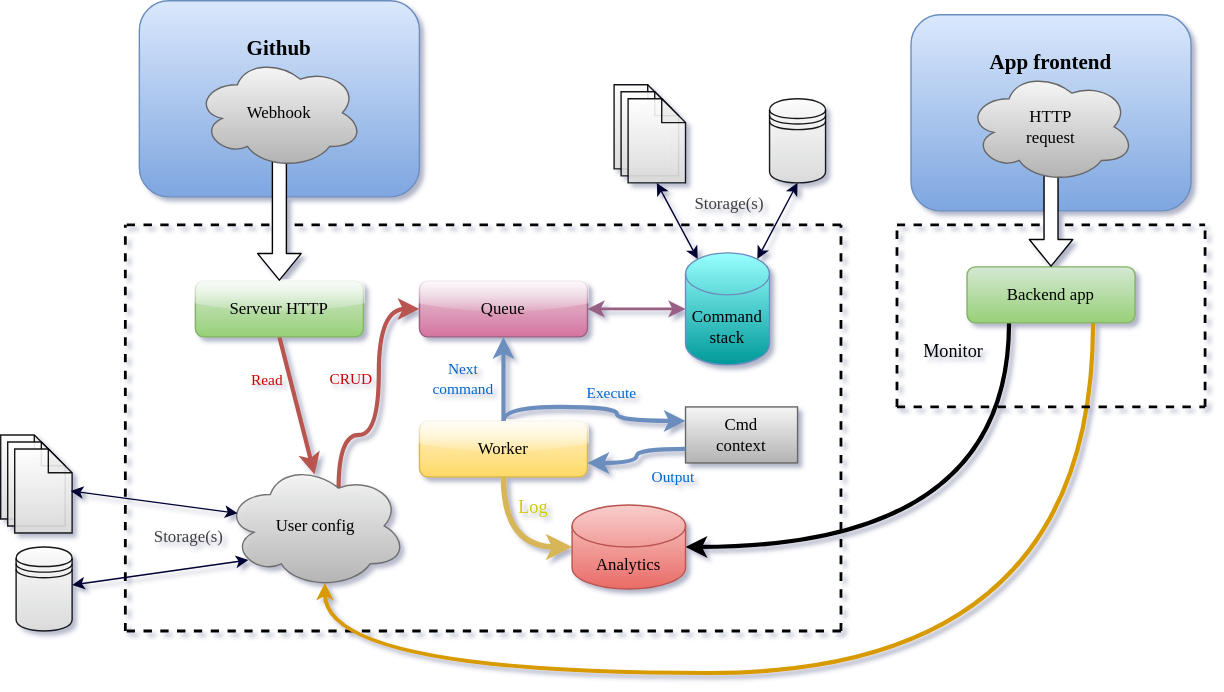
The draw.io diagram docs/Architecture.svg in Orbitale/pagoo, before a commit. Source tidied: cells renumbered, new cells last; positions are measured from the earlier drawing's top-left corner, leaving out a move shared by most shapes.
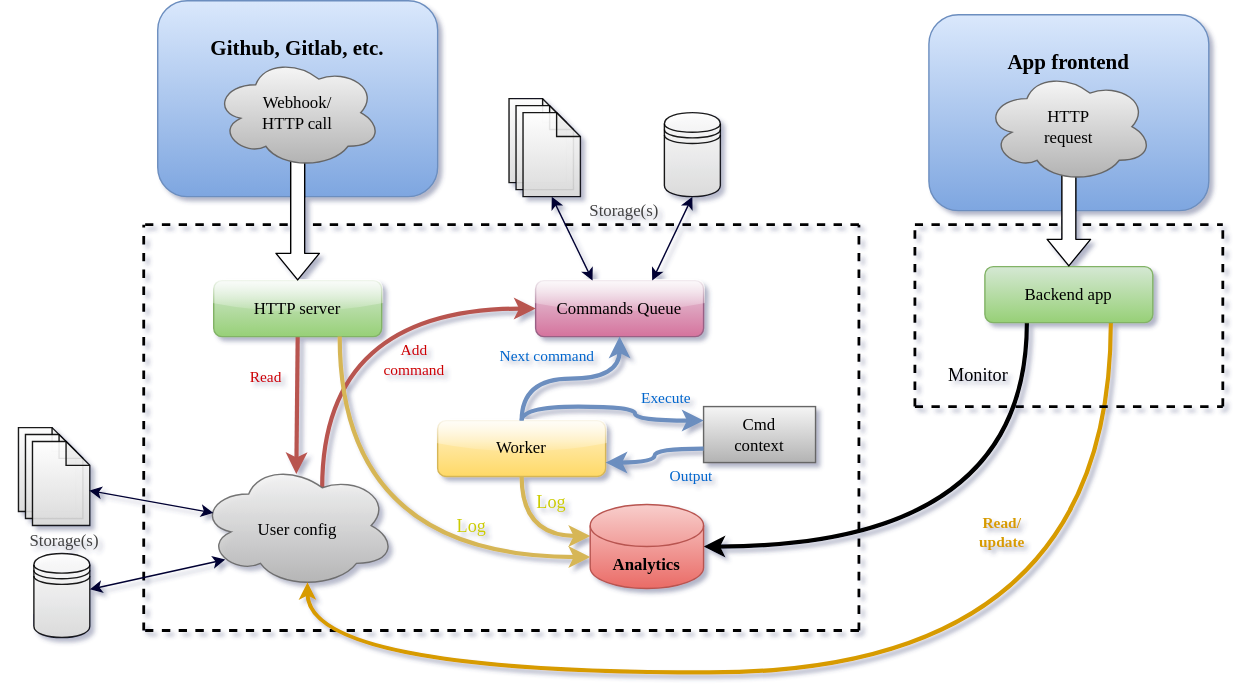
Above is the later version.

Commit message:
Enhance docs & app architecture diagram

What changed in the source:
```diff
@@ -2,7 +2,7 @@
   <root>
     <mxCell id="0" />
     <mxCell id="1" parent="0" />
-    <mxCell id="2" value="&lt;br style=&quot;font-size: 15px;&quot;&gt;Github" style="rounded=1;whiteSpace=wrap;html=1;fillColor=#dae8fc;strokeColor=#6c8ebf;verticalAlign=top;gradientColor=#7ea6e0;fontStyle=1;fontFamily=Lucida Console;fontSize=15;" parent="1" vertex="1">
+    <mxCell id="2" value="&lt;br style=&quot;font-size: 15px;&quot;&gt;Github, Gitlab, etc." style="rounded=1;whiteSpace=wrap;html=1;fillColor=#dae8fc;strokeColor=#6c8ebf;verticalAlign=top;gradientColor=#7ea6e0;fontStyle=1;fontFamily=Lucida Console;fontSize=15;" parent="1" vertex="1">
       <mxGeometry x="99" width="200" height="140" as="geometry" />
     </mxCell>
     <mxCell id="3" style="rounded=1;jettySize=auto;html=1;exitX=0.5;exitY=1;exitDx=0;exitDy=0;strokeWidth=3;fillColor=#f8cecc;strokeColor=#b85450;fontFamily=Lucida Console;entryX=0.493;entryY=0.091;entryDx=0;entryDy=0;entryPerimeter=0;curved=1;" parent="1" edge="1" source="5" target="23">
@@ -13,11 +13,11 @@
         <mxPoint x="-13" y="-22" as="offset" />
       </mxGeometry>
     </mxCell>
-    <mxCell id="5" value="Serveur HTTP" style="rounded=1;whiteSpace=wrap;html=1;fillColor=#d5e8d4;gradientColor=#97d077;strokeColor=#82b366;fontFamily=Lucida Console;glass=1;" parent="1" vertex="1">
+    <mxCell id="5" value="HTTP server" style="rounded=1;whiteSpace=wrap;html=1;fillColor=#d5e8d4;gradientColor=#97d077;strokeColor=#82b366;fontFamily=Lucida Console;glass=1;" parent="1" vertex="1">
       <mxGeometry x="139" y="200" width="120" height="40" as="geometry" />
     </mxCell>
-    <mxCell id="6" value="Queue" style="rounded=1;whiteSpace=wrap;html=1;fillColor=#e6d0de;gradientColor=#d5739d;strokeColor=#996185;fontFamily=Lucida Console;glass=1;" parent="1" vertex="1">
-      <mxGeometry x="299" y="200" width="120" height="40" as="geometry" />
+    <mxCell id="6" value="Commands Queue" style="rounded=1;whiteSpace=wrap;html=1;fillColor=#e6d0de;gradientColor=#d5739d;strokeColor=#996185;fontFamily=Lucida Console;glass=1;" parent="1" vertex="1">
+      <mxGeometry x="369" y="200" width="120" height="40" as="geometry" />
     </mxCell>
     <mxCell id="7" style="endArrow=none;dashed=1;html=1;strokeWidth=2;rounded=1;fontFamily=Lucida Console;curved=1;" parent="1" edge="1">
       <mxGeometry relative="1" as="geometry">
@@ -25,13 +25,7 @@
         <mxPoint x="600" y="160" as="targetPoint" />
       </mxGeometry>
     </mxCell>
-    <mxCell id="8" value="Command&lt;br&gt;stack" style="shape=cylinder3;whiteSpace=wrap;html=1;boundedLbl=1;backgroundOutline=1;size=15;fillColor=#99FFFF;gradientColor=#009999;strokeColor=#6c8ebf;fontFamily=Lucida Console;rounded=1;" parent="1" vertex="1">
-      <mxGeometry x="489" y="180" width="60" height="80" as="geometry" />
-    </mxCell>
-    <mxCell id="9" style="endArrow=classic;startArrow=classic;html=1;rounded=1;entryX=0;entryY=0.5;entryDx=0;entryDy=0;entryPerimeter=0;exitX=1;exitY=0.5;exitDx=0;exitDy=0;strokeWidth=2;fontFamily=Lucida Console;fillColor=#e6d0de;gradientColor=#d5739d;strokeColor=#996185;curved=1;" parent="1" edge="1" source="6" target="8">
-      <mxGeometry relative="1" as="geometry" />
-    </mxCell>
-    <mxCell id="10" style="edgeStyle=orthogonalEdgeStyle;rounded=1;jettySize=auto;html=1;exitX=0.5;exitY=1;exitDx=0;exitDy=0;entryX=0;entryY=0.5;entryDx=0;entryDy=0;entryPerimeter=0;fontFamily=Lucida Console;fontSize=15;fontColor=#00060D;strokeWidth=4;fillColor=#fff2cc;gradientColor=#ffd966;strokeColor=#d6b656;curved=1;" parent="1" edge="1" source="12" target="33">
+    <mxCell id="10" style="edgeStyle=orthogonalEdgeStyle;rounded=1;jettySize=auto;html=1;exitX=0.5;exitY=1;exitDx=0;exitDy=0;entryX=0;entryY=0;entryDx=0;entryDy=22.5;entryPerimeter=0;fontFamily=Lucida Console;fontSize=15;fontColor=#00060D;strokeWidth=3;fillColor=#fff2cc;gradientColor=#ffd966;strokeColor=#d6b656;curved=1;" parent="1" edge="1" source="12" target="33">
       <mxGeometry relative="1" as="geometry" />
     </mxCell>
     <mxCell id="11" value="Log" style="edgeLabel;html=1;align=center;verticalAlign=middle;fontSize=13;fontFamily=Lucida Console;fontColor=#CCCC00;labelBackgroundColor=none;rounded=1;" parent="10" vertex="1">
@@ -45,9 +39,9 @@
     <mxCell id="13" style="endArrow=classic;html=1;rounded=1;exitX=0.5;exitY=0;exitDx=0;exitDy=0;entryX=0.5;entryY=1;entryDx=0;entryDy=0;strokeWidth=3;fillColor=#dae8fc;strokeColor=#6c8ebf;edgeStyle=orthogonalEdgeStyle;fontFamily=Lucida Console;curved=1;" parent="1" edge="1" source="12" target="6">
       <mxGeometry relative="1" as="geometry" />
     </mxCell>
-    <mxCell id="14" value="Next&lt;br&gt;command" style="edgeLabel;html=1;align=center;verticalAlign=middle;fontColor=#0066CC;labelBackgroundColor=none;fontFamily=Lucida Console;rounded=1;" parent="13" vertex="1">
+    <mxCell id="14" value="Next command" style="edgeLabel;html=1;align=center;verticalAlign=middle;fontColor=#0066CC;labelBackgroundColor=none;fontFamily=Lucida Console;rounded=1;" parent="13" vertex="1">
       <mxGeometry x="-0.36" y="3" relative="1" as="geometry">
-        <mxPoint x="-26" y="-11" as="offset" />
+        <mxPoint x="6" y="-13" as="offset" />
       </mxGeometry>
     </mxCell>
     <mxCell id="15" value="Cmd&lt;br&gt;context" style="rounded=0;whiteSpace=wrap;html=1;fillColor=#f5f5f5;gradientColor=#b3b3b3;strokeColor=#666666;fontFamily=Lucida Console;glass=0;" parent="1" vertex="1">
@@ -72,7 +66,7 @@
     </mxCell>
     <mxCell id="19" value="Execute" style="edgeLabel;html=1;align=center;verticalAlign=middle;fontColor=#0066CC;labelBackgroundColor=none;fontFamily=Lucida Console;rounded=1;" parent="18" vertex="1">
       <mxGeometry x="-0.5" y="-1" relative="1" as="geometry">
-        <mxPoint x="49" y="-11" as="offset" />
+        <mxPoint x="75" y="-7" as="offset" />
       </mxGeometry>
     </mxCell>
     <mxCell id="20" style="shape=flexArrow;endArrow=classic;html=1;rounded=1;entryX=0.5;entryY=0;entryDx=0;entryDy=0;fillColor=default;fontFamily=Lucida Console;curved=1;" parent="1" edge="1" target="5">
@@ -83,19 +77,17 @@
     <mxCell id="21" style="edgeStyle=orthogonalEdgeStyle;rounded=1;jettySize=auto;html=1;exitX=0.625;exitY=0.2;exitDx=0;exitDy=0;exitPerimeter=0;entryX=0;entryY=0.5;entryDx=0;entryDy=0;strokeWidth=3;fillColor=#f8cecc;strokeColor=#b85450;fontFamily=Lucida Console;curved=1;" parent="1" edge="1" source="23" target="6">
       <mxGeometry relative="1" as="geometry">
         <Array as="points">
-          <mxPoint x="241" y="310" />
-          <mxPoint x="270" y="310" />
-          <mxPoint x="270" y="220" />
+          <mxPoint x="216" y="220" />
         </Array>
       </mxGeometry>
     </mxCell>
-    <mxCell id="22" value="CRUD" style="edgeLabel;html=1;align=center;verticalAlign=middle;fontColor=#CC0000;labelBackgroundColor=none;fontFamily=Lucida Console;rounded=1;" parent="21" vertex="1">
+    <mxCell id="22" value="Add&lt;br&gt;command" style="edgeLabel;html=1;align=center;verticalAlign=middle;fontColor=#CC0000;labelBackgroundColor=none;fontFamily=Lucida Console;rounded=1;" parent="21" vertex="1">
       <mxGeometry x="0.18" y="-1" relative="1" as="geometry">
-        <mxPoint x="-21" y="3" as="offset" />
+        <mxPoint x="27" y="36" as="offset" />
       </mxGeometry>
     </mxCell>
-    <mxCell id="23" value="User config" style="ellipse;shape=cloud;whiteSpace=wrap;html=1;fillColor=#f5f5f5;opacity=90;strokeColor=#666666;gradientColor=#b3b3b3;fontFamily=Lucida Console;rounded=1;" parent="1" vertex="1">
-      <mxGeometry x="160" y="330" width="130" height="90" as="geometry" />
+    <mxCell id="23" value="User config" style="ellipse;shape=cloud;whiteSpace=wrap;html=1;fillColor=#f5f5f5;opacity=90;strokeColor=#666666;gradientColor=#b3b3b3;fontFamily=Lucida Console;rounded=1;spacing=2;spacingTop=6;" parent="1" vertex="1">
+      <mxGeometry x="129" y="330" width="140" height="90" as="geometry" />
     </mxCell>
     <mxCell id="24" style="endArrow=none;dashed=1;html=1;strokeWidth=2;rounded=1;fontFamily=Lucida Console;curved=1;" parent="1" edge="1">
       <mxGeometry relative="1" as="geometry">
@@ -103,7 +95,7 @@
         <mxPoint x="600" y="450" as="targetPoint" />
       </mxGeometry>
     </mxCell>
-    <mxCell id="25" value="Webhook" style="ellipse;shape=cloud;whiteSpace=wrap;html=1;fillColor=#f5f5f5;gradientColor=#b3b3b3;strokeColor=#666666;fontFamily=Lucida Console;rounded=1;" parent="1" vertex="1">
+    <mxCell id="25" value="Webhook/&lt;br&gt;HTTP call" style="ellipse;shape=cloud;whiteSpace=wrap;html=1;fillColor=#f5f5f5;gradientColor=#b3b3b3;strokeColor=#666666;fontFamily=Lucida Console;rounded=1;" parent="1" vertex="1">
       <mxGeometry x="139" y="40" width="120" height="80" as="geometry" />
     </mxCell>
     <mxCell id="26" style="endArrow=none;dashed=1;html=1;strokeWidth=2;rounded=1;fontFamily=Lucida Console;curved=1;" parent="1" edge="1">
@@ -124,14 +116,14 @@
     </mxCell>
     <mxCell id="29" value="Monitor" style="edgeLabel;html=1;align=center;verticalAlign=middle;fontSize=13;fontFamily=Lucida Console;fontColor=#000000;labelBackgroundColor=none;rounded=1;" parent="28" vertex="1">
       <mxGeometry x="0.31" y="-28" relative="1" as="geometry">
-        <mxPoint x="55" y="-112" as="offset" />
+        <mxPoint x="60" y="-95" as="offset" />
       </mxGeometry>
     </mxCell>
     <mxCell id="30" style="edgeStyle=orthogonalEdgeStyle;rounded=1;jettySize=auto;html=1;exitX=0.75;exitY=1;exitDx=0;exitDy=0;fontFamily=Lucida Console;fontSize=13;fontColor=#000000;strokeWidth=3;fillColor=#ffcd28;gradientColor=#ffa500;strokeColor=#d79b00;endSize=3;entryX=0.55;entryY=0.95;entryDx=0;entryDy=0;entryPerimeter=0;curved=1;" parent="1" edge="1" source="32" target="23">
       <mxGeometry relative="1" as="geometry">
         <Array as="points">
           <mxPoint x="780" y="480" />
-          <mxPoint x="232" y="480" />
+          <mxPoint x="206" y="480" />
         </Array>
       </mxGeometry>
     </mxCell>
@@ -140,10 +132,15 @@
         <mxPoint x="226" y="-275" as="offset" />
       </mxGeometry>
     </mxCell>
+    <mxCell id="55" value="Read/&lt;br&gt;update" style="edgeLabel;html=1;align=center;verticalAlign=middle;fontFamily=Lucida Console;fontStyle=1;labelBackgroundColor=none;fontColor=#D79B00;" parent="30" vertex="1">
+      <mxGeometry x="-0.17" y="-35" relative="1" as="geometry">
+        <mxPoint x="39" y="-65" as="offset" />
+      </mxGeometry>
+    </mxCell>
     <mxCell id="32" value="Backend app" style="rounded=1;whiteSpace=wrap;html=1;fillColor=#d5e8d4;gradientColor=#97d077;strokeColor=#82b366;fontFamily=Lucida Console;" parent="1" vertex="1">
       <mxGeometry x="690" y="190" width="120" height="40" as="geometry" />
     </mxCell>
-    <mxCell id="33" value="Analytics" style="shape=cylinder3;whiteSpace=wrap;html=1;boundedLbl=1;backgroundOutline=1;size=15;fillColor=#f8cecc;gradientColor=#ea6b66;strokeColor=#b85450;fontFamily=Lucida Console;rounded=1;" parent="1" vertex="1">
+    <mxCell id="33" value="Analytics" style="shape=cylinder3;whiteSpace=wrap;html=1;boundedLbl=1;backgroundOutline=1;size=15;fillColor=#f8cecc;gradientColor=#ea6b66;strokeColor=#b85450;fontFamily=Lucida Console;rounded=1;fontStyle=1;" parent="1" vertex="1">
       <mxGeometry x="408" y="360" width="81" height="60" as="geometry" />
     </mxCell>
     <mxCell id="34" style="endArrow=none;dashed=1;html=1;strokeWidth=2;rounded=1;fontFamily=Lucida Console;curved=1;" parent="1" edge="1">
@@ -186,16 +183,16 @@
       <mxGeometry x="690" y="50" width="120" height="80" as="geometry" />
     </mxCell>
     <mxCell id="41" style="shape=note;whiteSpace=wrap;html=1;backgroundOutline=1;darkOpacity=0.05;labelBackgroundColor=none;fontFamily=Lucida Console;fontSize=12;fontColor=#404040;fillColor=#FFFFFF;gradientColor=#DBDBDB;opacity=90;size=17;rounded=1;" parent="1" vertex="1">
-      <mxGeometry y="310" width="41" height="60" as="geometry" />
+      <mxGeometry x="-0.5" y="305" width="41" height="60" as="geometry" />
     </mxCell>
     <mxCell id="42" style="shape=note;whiteSpace=wrap;html=1;backgroundOutline=1;darkOpacity=0.05;labelBackgroundColor=none;fontFamily=Lucida Console;fontSize=12;fontColor=#404040;fillColor=#FFFFFF;gradientColor=#DBDBDB;opacity=90;size=17;rounded=1;" parent="1" vertex="1">
-      <mxGeometry x="5" y="315" width="41" height="60" as="geometry" />
+      <mxGeometry x="4.5" y="310" width="41" height="60" as="geometry" />
     </mxCell>
     <mxCell id="43" style="shape=note;whiteSpace=wrap;html=1;backgroundOutline=1;darkOpacity=0.05;labelBackgroundColor=none;fontFamily=Lucida Console;fontSize=12;fontColor=#404040;fillColor=#FFFFFF;gradientColor=#DBDBDB;opacity=90;size=17;rounded=1;" parent="1" vertex="1">
-      <mxGeometry x="10" y="320" width="41" height="60" as="geometry" />
+      <mxGeometry x="9.5" y="315" width="41" height="60" as="geometry" />
     </mxCell>
     <mxCell id="44" style="shape=datastore;whiteSpace=wrap;html=1;labelBackgroundColor=none;fontFamily=Lucida Console;fontSize=12;fontColor=#404040;fillColor=#FFFFFF;gradientColor=#DBDBDB;opacity=90;rounded=1;" parent="1" vertex="1">
-      <mxGeometry x="11" y="390" width="40" height="60" as="geometry" />
+      <mxGeometry x="10.5" y="395" width="40" height="60" as="geometry" />
     </mxCell>
     <mxCell id="45" style="endArrow=classic;startArrow=classic;html=1;rounded=1;fontFamily=Lucida Console;fontSize=12;fontColor=#404040;endSize=6;strokeColor=#000033;strokeWidth=1;fillColor=default;entryX=0.07;entryY=0.4;entryDx=0;entryDy=0;entryPerimeter=0;curved=1;" parent="1" edge="1" target="23">
       <mxGeometry relative="1" as="geometry">
@@ -206,28 +203,44 @@
       <mxGeometry relative="1" as="geometry" />
     </mxCell>
     <mxCell id="47" value="Storage(s)" style="text;html=1;align=center;verticalAlign=middle;strokeColor=none;fillColor=none;fontSize=12;fontFamily=Lucida Console;fontColor=#404040;rounded=1;" parent="1" vertex="1">
-      <mxGeometry x="89" y="373" width="90" height="20" as="geometry" />
+      <mxGeometry x="-13" y="376" width="90" height="20" as="geometry" />
     </mxCell>
     <mxCell id="48" style="shape=note;whiteSpace=wrap;html=1;backgroundOutline=1;darkOpacity=0.05;labelBackgroundColor=none;fontFamily=Lucida Console;fontSize=12;fontColor=#404040;fillColor=#FFFFFF;gradientColor=#DBDBDB;opacity=90;size=17;rounded=1;" parent="1" vertex="1">
-      <mxGeometry x="438" y="60" width="41" height="60" as="geometry" />
+      <mxGeometry x="350" y="70" width="41" height="60" as="geometry" />
     </mxCell>
     <mxCell id="49" style="shape=note;whiteSpace=wrap;html=1;backgroundOutline=1;darkOpacity=0.05;labelBackgroundColor=none;fontFamily=Lucida Console;fontSize=12;fontColor=#404040;fillColor=#FFFFFF;gradientColor=#DBDBDB;opacity=90;size=17;rounded=1;" parent="1" vertex="1">
-      <mxGeometry x="443" y="65" width="41" height="60" as="geometry" />
+      <mxGeometry x="355" y="75" width="41" height="60" as="geometry" />
     </mxCell>
     <mxCell id="50" style="shape=note;whiteSpace=wrap;html=1;backgroundOutline=1;darkOpacity=0.05;labelBackgroundColor=none;fontFamily=Lucida Console;fontSize=12;fontColor=#404040;fillColor=#FFFFFF;gradientColor=#DBDBDB;opacity=90;size=17;rounded=1;" parent="1" vertex="1">
-      <mxGeometry x="448" y="70" width="41" height="60" as="geometry" />
+      <mxGeometry x="360" y="80" width="41" height="60" as="geometry" />
     </mxCell>
     <mxCell id="51" style="shape=datastore;whiteSpace=wrap;html=1;labelBackgroundColor=none;fontFamily=Lucida Console;fontSize=12;fontColor=#404040;fillColor=#FFFFFF;gradientColor=#DBDBDB;opacity=90;rounded=1;" parent="1" vertex="1">
-      <mxGeometry x="549" y="70" width="40" height="60" as="geometry" />
+      <mxGeometry x="461" y="80" width="40" height="60" as="geometry" />
     </mxCell>
     <mxCell id="52" value="Storage(s)" style="text;html=1;align=center;verticalAlign=middle;strokeColor=none;fillColor=none;fontSize=12;fontFamily=Lucida Console;fontColor=#404040;rounded=1;" parent="1" vertex="1">
-      <mxGeometry x="475" y="135" width="90" height="20" as="geometry" />
+      <mxGeometry x="387" y="139.7" width="90" height="20" as="geometry" />
     </mxCell>
-    <mxCell id="53" style="endArrow=classic;startArrow=classic;html=1;rounded=1;fontFamily=Lucida Console;fontSize=12;fontColor=#404040;endSize=6;strokeColor=#000033;strokeWidth=1;fillColor=default;entryX=0.5;entryY=1;entryDx=0;entryDy=0;curved=1;exitX=0.855;exitY=0;exitDx=0;exitDy=4.35;exitPerimeter=0;" parent="1" edge="1" source="8" target="51">
-      <mxGeometry relative="1" as="geometry" />
+    <mxCell id="53" style="endArrow=classic;startArrow=classic;html=1;rounded=1;fontFamily=Lucida Console;fontSize=12;fontColor=#404040;endSize=6;strokeColor=#000033;strokeWidth=1;fillColor=default;entryX=0.5;entryY=1;entryDx=0;entryDy=0;curved=1;exitX=0.855;exitY=0;exitDx=0;exitDy=4.35;exitPerimeter=0;" parent="1" edge="1" target="51">
+      <mxGeometry relative="1" as="geometry">
+        <mxPoint x="452.3" y="200" as="sourcePoint" />
+      </mxGeometry>
     </mxCell>
-    <mxCell id="54" style="endArrow=classic;startArrow=classic;html=1;rounded=1;fontFamily=Lucida Console;fontSize=12;fontColor=#404040;endSize=6;strokeColor=#000033;strokeWidth=1;fillColor=default;entryX=0.5;entryY=1;entryDx=0;entryDy=0;curved=1;exitX=0.145;exitY=0;exitDx=0;exitDy=4.35;exitPerimeter=0;entryPerimeter=0;" parent="1" edge="1" source="8" target="50">
-      <mxGeometry relative="1" as="geometry" />
+    <mxCell id="54" style="endArrow=classic;startArrow=classic;html=1;rounded=1;fontFamily=Lucida Console;fontSize=12;fontColor=#404040;endSize=6;strokeColor=#000033;strokeWidth=1;fillColor=default;entryX=0.5;entryY=1;entryDx=0;entryDy=0;curved=1;exitX=0.145;exitY=0;exitDx=0;exitDy=4.35;exitPerimeter=0;entryPerimeter=0;" parent="1" edge="1" target="50">
+      <mxGeometry relative="1" as="geometry">
+        <mxPoint x="409.7" y="200" as="sourcePoint" />
+      </mxGeometry>
     </mxCell>
+    <mxCell id="56" style="edgeStyle=orthogonalEdgeStyle;rounded=1;jettySize=auto;html=1;exitX=0.75;exitY=1;exitDx=0;exitDy=0;entryX=0;entryY=0;entryDx=0;entryDy=37.5;entryPerimeter=0;fontFamily=Lucida Console;fontSize=15;fontColor=#00060D;strokeWidth=3;fillColor=#fff2cc;gradientColor=#ffd966;strokeColor=#d6b656;curved=1;" parent="1" edge="1" source="5" target="33">
+      <mxGeometry relative="1" as="geometry">
+        <Array as="points">
+          <mxPoint x="229" y="397" />
+        </Array>
+      </mxGeometry>
+    </mxCell>
+    <mxCell id="57" value="Log" style="edgeLabel;html=1;align=center;verticalAlign=middle;fontSize=13;fontFamily=Lucida Console;fontColor=#CCCC00;labelBackgroundColor=none;rounded=1;" parent="56" vertex="1">
+      <mxGeometry x="-0.52" y="4" relative="1" as="geometry">
+        <mxPoint x="90" y="54" as="offset" />
+      </mxGeometry>
+    </mxCell>
   </root>
 </mxGraphModel>
```
